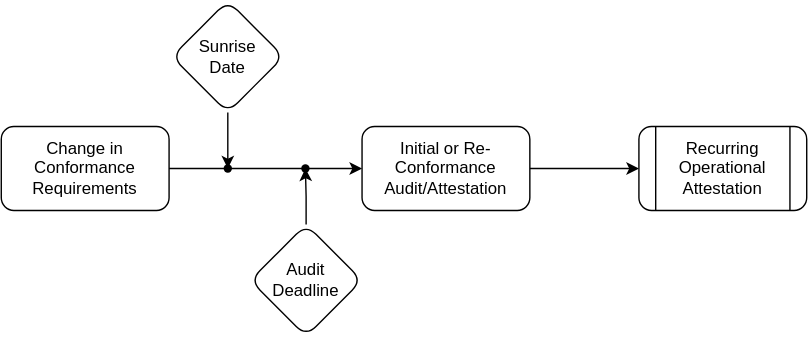
This is content/DRAFT/assets/oci-self-attestation-process.svg from Open-Credentialing-Initiative/Conformance-Program, a draw.io export, as it was before one commit. Source tidied: cells renumbered, new cells last; positions are measured from the earlier drawing's top-left corner, leaving out a move shared by most shapes.
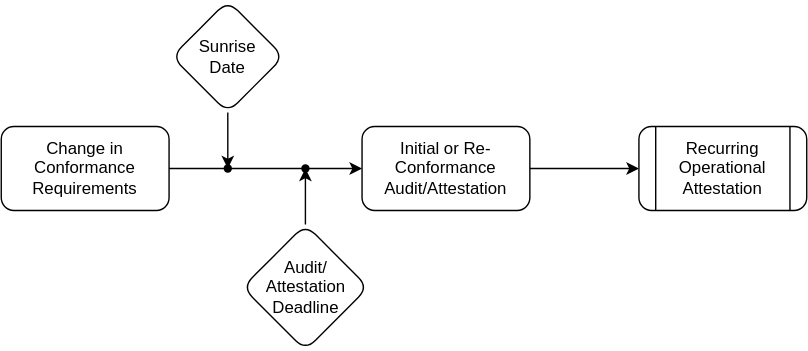
Later version of the same file.

Diff of the diagram source:
```diff
@@ -35,8 +35,8 @@
     <mxCell id="12" value="Recurring&lt;br&gt;Operational&lt;br&gt;Attestation" style="shape=process;whiteSpace=wrap;html=1;backgroundOutline=1;rounded=1;" parent="1" vertex="1">
       <mxGeometry x="456" y="90" width="120" height="60" as="geometry" />
     </mxCell>
-    <mxCell id="13" value="Audit&lt;br style=&quot;border-color: var(--border-color);&quot;&gt;Deadline" style="rhombus;whiteSpace=wrap;html=1;rounded=1;" parent="1" vertex="1">
-      <mxGeometry x="178" y="160" width="80" height="80" as="geometry" />
+    <mxCell id="13" value="Audit/&lt;br&gt;Attestation&lt;br style=&quot;border-color: var(--border-color);&quot;&gt;Deadline" style="rhombus;whiteSpace=wrap;html=1;rounded=1;" parent="1" vertex="1">
+      <mxGeometry x="172.5" y="160" width="90" height="90" as="geometry" />
     </mxCell>
   </root>
 </mxGraphModel>
```
